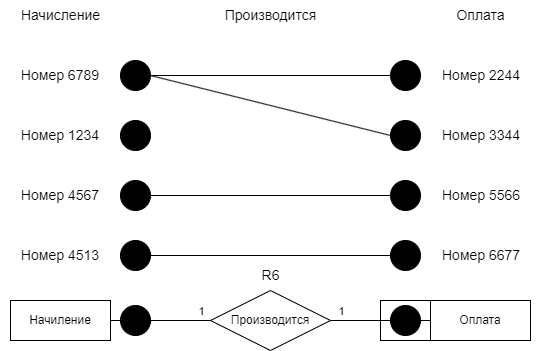
This is PBD/Z3/Diagrams/Начисление-оплата.png from Mutabona/4Semestr, a draw.io export, as it was before one commit. Source tidied: cells renumbered, new cells last; positions are measured from the earlier drawing's top-left corner, leaving out a move shared by most shapes.
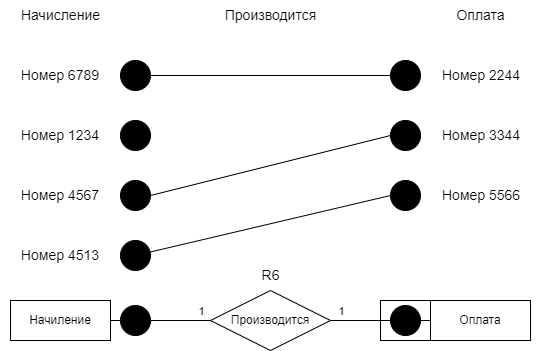
The same file after the commit.

Diff of the diagram source:
```diff
@@ -39,7 +39,7 @@
     <mxCell id="12" style="ellipse;whiteSpace=wrap;html=1;fillColor=#000000;" parent="1" vertex="1">
       <mxGeometry x="120" y="305" width="30" height="30" as="geometry" />
     </mxCell>
-    <mxCell id="13" style="rounded=0;jettySize=auto;html=1;entryX=0;entryY=0.5;entryDx=0;entryDy=0;endArrow=none;endFill=0;" parent="1" edge="1" source="14" target="20">
+    <mxCell id="13" style="rounded=0;jettySize=auto;html=1;entryX=0;entryY=0.5;entryDx=0;entryDy=0;endArrow=none;endFill=0;" parent="1" edge="1" source="14" target="21">
       <mxGeometry relative="1" as="geometry" />
     </mxCell>
     <mxCell id="14" style="ellipse;whiteSpace=wrap;html=1;fillColor=#000000;" parent="1" vertex="1">
@@ -54,19 +54,13 @@
     <mxCell id="17" style="rounded=0;jettySize=auto;html=1;entryX=0;entryY=0.5;entryDx=0;entryDy=0;endArrow=none;endFill=0;" parent="1" edge="1" source="19" target="24">
       <mxGeometry relative="1" as="geometry" />
     </mxCell>
-    <mxCell id="18" style="rounded=0;jettySize=auto;html=1;exitX=1;exitY=0.5;exitDx=0;exitDy=0;entryX=0;entryY=0.5;entryDx=0;entryDy=0;endArrow=none;endFill=0;" parent="1" edge="1" source="19" target="23">
-      <mxGeometry relative="1" as="geometry" />
-    </mxCell>
     <mxCell id="19" style="ellipse;whiteSpace=wrap;html=1;fillColor=#000000;" parent="1" vertex="1">
       <mxGeometry x="120" y="60" width="30" height="30" as="geometry" />
     </mxCell>
-    <mxCell id="20" style="ellipse;whiteSpace=wrap;html=1;fillColor=#000000;" parent="1" vertex="1">
-      <mxGeometry x="390" y="240" width="30" height="30" as="geometry" />
-    </mxCell>
     <mxCell id="21" style="ellipse;whiteSpace=wrap;html=1;fillColor=#000000;" parent="1" vertex="1">
       <mxGeometry x="390" y="180" width="30" height="30" as="geometry" />
     </mxCell>
-    <mxCell id="22" style="rounded=0;jettySize=auto;html=1;entryX=1;entryY=0.5;entryDx=0;entryDy=0;endArrow=none;endFill=0;exitX=0;exitY=0.5;exitDx=0;exitDy=0;" parent="1" edge="1" source="21" target="15">
+    <mxCell id="22" style="rounded=0;jettySize=auto;html=1;entryX=1;entryY=0.5;entryDx=0;entryDy=0;endArrow=none;endFill=0;exitX=0;exitY=0.5;exitDx=0;exitDy=0;" parent="1" edge="1" source="23" target="15">
       <mxGeometry relative="1" as="geometry" />
     </mxCell>
     <mxCell id="23" style="ellipse;whiteSpace=wrap;html=1;fillColor=#000000;" parent="1" vertex="1">
@@ -90,9 +84,6 @@
     <mxCell id="29" value="&lt;span style=&quot;font-size: 14px;&quot;&gt;Номер 5566&lt;/span&gt;" style="text;html=1;align=left;verticalAlign=middle;strokeColor=none;fillColor=none;" parent="1" vertex="1">
       <mxGeometry x="440" y="180" width="100" height="30" as="geometry" />
     </mxCell>
-    <mxCell id="30" value="&lt;span style=&quot;font-size: 14px;&quot;&gt;Номер 6677&lt;/span&gt;" style="text;html=1;align=left;verticalAlign=middle;strokeColor=none;fillColor=none;" parent="1" vertex="1">
-      <mxGeometry x="440" y="240" width="100" height="30" as="geometry" />
-    </mxCell>
     <mxCell id="31" value="&lt;span style=&quot;font-size: 14px;&quot;&gt;R6&lt;/span&gt;" style="text;html=1;align=center;verticalAlign=middle;strokeColor=none;fillColor=none;" parent="1" vertex="1">
       <mxGeometry x="250" y="260" width="40" height="30" as="geometry" />
     </mxCell>
```
